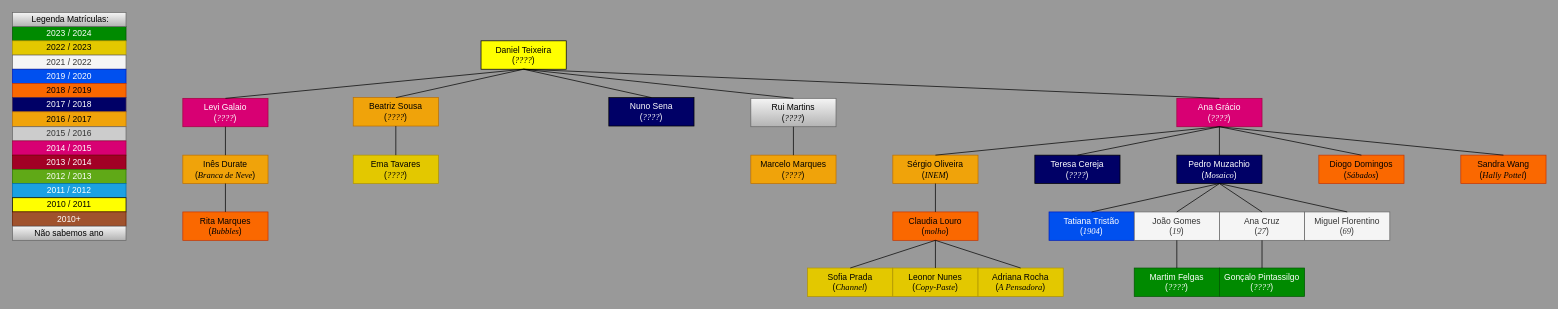
The draw.io diagram Draw.io/Familia_do_Daniel_Teixeira.drawio in pdmtmr/PDMTMRTESTLOCATION-AKA-ARBUSTO, before the edit. Source tidied: cells renumbered, new cells numbered last; positions are measured from the earlier drawing's top-left corner, leaving out a move shared by most shapes. Both pictures are drawn from the tidied source at 71%, with x=0, y=0 at pixel (12, 12).
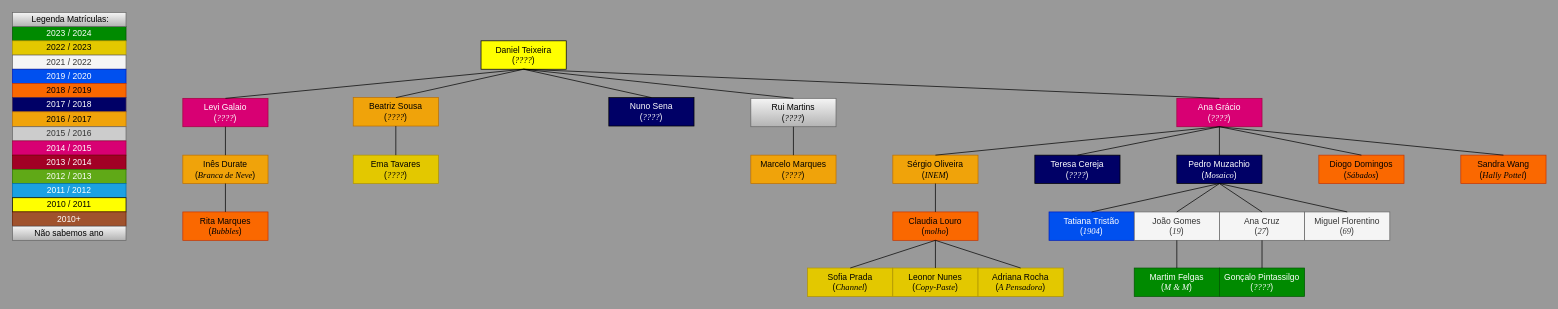
The same page after the edit.

Change to the diagram source:
```diff
@@
-    <mxCell id="61" value="&lt;div&gt;&lt;span style=&quot;background-color: initial;&quot;&gt;Martim Felgas&lt;/span&gt;&lt;/div&gt;&lt;div&gt;&lt;span style=&quot;background-color: initial;&quot;&gt;(&lt;font face=&quot;Times New Roman&quot;&gt;&lt;i&gt;????&lt;/i&gt;&lt;/font&gt;&lt;/span&gt;&lt;span style=&quot;background-color: initial;&quot;&gt;)&lt;/span&gt;&lt;/div&gt;" style="rounded=0;whiteSpace=wrap;html=1;fillColor=#008a00;fontColor=#ffffff;strokeColor=#005700;" parent="1" vertex="1">
+    <mxCell id="61" value="&lt;div&gt;&lt;span style=&quot;background-color: initial;&quot;&gt;Martim Felgas&lt;/span&gt;&lt;/div&gt;&lt;div&gt;&lt;span style=&quot;background-color: initial;&quot;&gt;(&lt;font face=&quot;Times New Roman&quot;&gt;&lt;i&gt;M &amp;amp; M&lt;/i&gt;&lt;/font&gt;&lt;/span&gt;&lt;span style=&quot;background-color: initial;&quot;&gt;)&lt;/span&gt;&lt;/div&gt;" style="rounded=0;whiteSpace=wrap;html=1;fillColor=#008a00;fontColor=#ffffff;strokeColor=#005700;" parent="1" vertex="1">
       <mxGeometry x="1580" y="360" width="120" height="40" as="geometry" />
     </mxCell>
```
